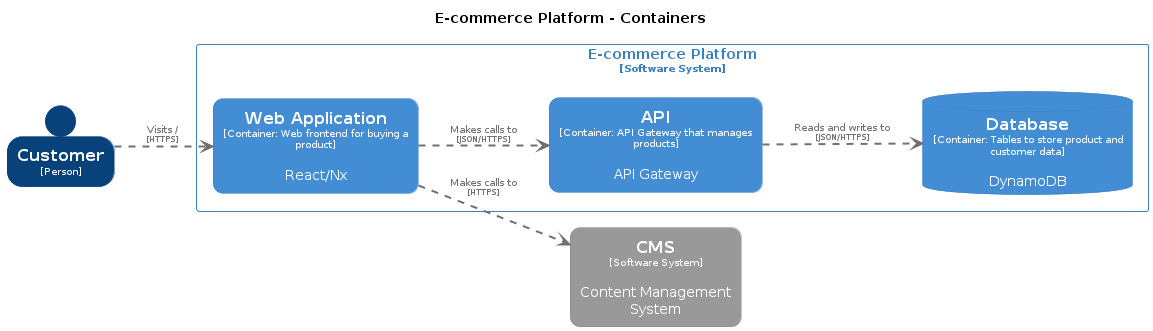
Earlier version of the PlantUML export docs/structurizr-Ecommerce-Platform-Container.png (matteus6007/c4-models-structurizr). The source it was exported from:
```plantuml
@startuml
set separator none
title E-commerce Platform - Containers

left to right direction

skinparam {
  arrowFontSize 10
  defaultTextAlignment center
  wrapWidth 200
  maxMessageSize 100
}

hide stereotype

skinparam rectangle<<EcommercePlatform.API>> {
  BackgroundColor #438dd5
  FontColor #ffffff
  BorderColor #3c7fc0
  roundCorner 20
  shadowing false
}
skinparam rectangle<<CMS>> {
  BackgroundColor #999999
  FontColor #ffffff
  BorderColor #8a8a8a
  roundCorner 20
  shadowing false
}
skinparam person<<Customer>> {
  BackgroundColor #08427b
  FontColor #ffffff
  BorderColor #073b6f
  shadowing false
}
skinparam database<<EcommercePlatform.Database>> {
  BackgroundColor #438dd5
  FontColor #ffffff
  BorderColor #3c7fc0
  shadowing false
}
skinparam rectangle<<EcommercePlatform.WebApplication>> {
  BackgroundColor #438dd5
  FontColor #ffffff
  BorderColor #3c7fc0
  roundCorner 20
  shadowing false
}
skinparam rectangle<<EcommercePlatform>> {
  BorderColor #3c7fc0
  FontColor #3c7fc0
  shadowing false
}

rectangle "==CMS\n<size:10>[Software System]</size>\n\nContent Management System" <<CMS>> as CMS
person "==Customer\n<size:10>[Person]</size>" <<Customer>> as Customer

rectangle "E-commerce Platform\n<size:10>[Software System]</size>" <<EcommercePlatform>> {
  rectangle "==API\n<size:10>[Container: API Gateway that manages products]</size>\n\nAPI Gateway" <<EcommercePlatform.API>> as EcommercePlatform.API
  database "==Database\n<size:10>[Container: Tables to store product and customer data]</size>\n\nDynamoDB" <<EcommercePlatform.Database>> as EcommercePlatform.Database
  rectangle "==Web Application\n<size:10>[Container: Web frontend for buying a product]</size>\n\nReact/Nx" <<EcommercePlatform.WebApplication>> as EcommercePlatform.WebApplication
}

EcommercePlatform.WebApplication .[#707070,thickness=2].> EcommercePlatform.API : "<color:#707070>Makes calls to\n<color:#707070><size:8>[JSON/HTTPS]</size>"
EcommercePlatform.API .[#707070,thickness=2].> EcommercePlatform.Database : "<color:#707070>Reads and writes to\n<color:#707070><size:8>[JSON/HTTPS]</size>"
EcommercePlatform.WebApplication .[#707070,thickness=2].> CMS : "<color:#707070>Makes calls to\n<color:#707070><size:8>[HTTPS]</size>"
Customer .[#707070,thickness=2].> EcommercePlatform.WebApplication : "<color:#707070>Visits /\n<color:#707070><size:8>[HTTPS]</size>"
@enduml
```
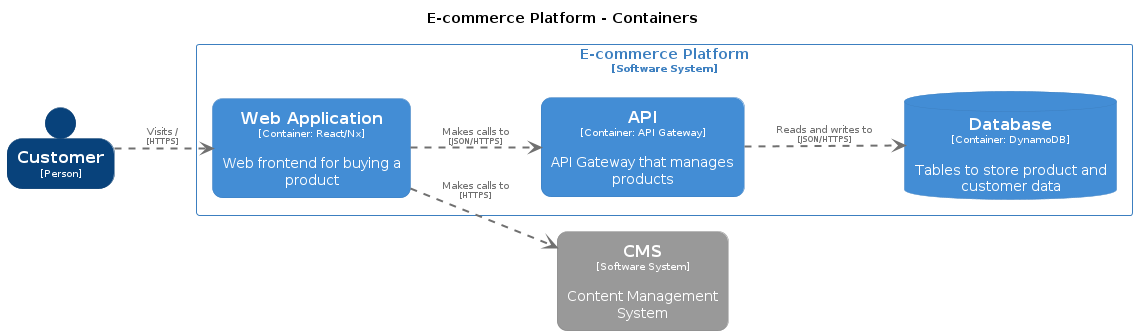
After the change.

The edit, as a diff of the source:
```diff
@@ -56,9 +56,9 @@
 person "==Customer\n<size:10>[Person]</size>" <<Customer>> as Customer
 
 rectangle "E-commerce Platform\n<size:10>[Software System]</size>" <<EcommercePlatform>> {
-  rectangle "==API\n<size:10>[Container: API Gateway that manages products]</size>\n\nAPI Gateway" <<EcommercePlatform.API>> as EcommercePlatform.API
-  database "==Database\n<size:10>[Container: Tables to store product and customer data]</size>\n\nDynamoDB" <<EcommercePlatform.Database>> as EcommercePlatform.Database
-  rectangle "==Web Application\n<size:10>[Container: Web frontend for buying a product]</size>\n\nReact/Nx" <<EcommercePlatform.WebApplication>> as EcommercePlatform.WebApplication
+  rectangle "==API\n<size:10>[Container: API Gateway]</size>\n\nAPI Gateway that manages products" <<EcommercePlatform.API>> as EcommercePlatform.API
+  database "==Database\n<size:10>[Container: DynamoDB]</size>\n\nTables to store product and customer data" <<EcommercePlatform.Database>> as EcommercePlatform.Database
+  rectangle "==Web Application\n<size:10>[Container: React/Nx]</size>\n\nWeb frontend for buying a product" <<EcommercePlatform.WebApplication>> as EcommercePlatform.WebApplication
 }
 
 EcommercePlatform.WebApplication .[#707070,thickness=2].> EcommercePlatform.API : "<color:#707070>Makes calls to\n<color:#707070><size:8>[JSON/HTTPS]</size>"
```
